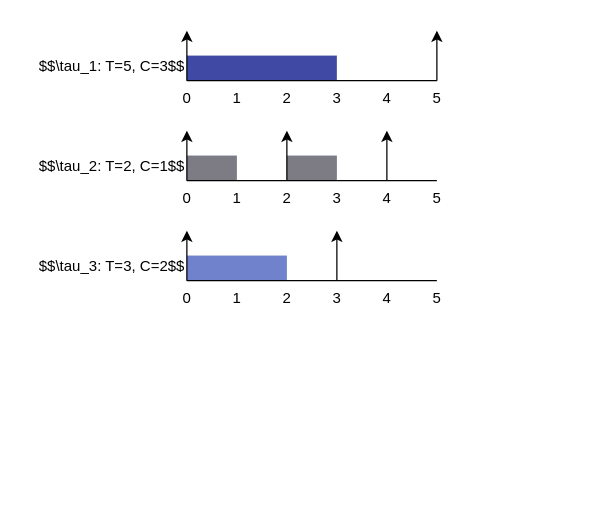
RaduLucianR/sag-py keeps this draw.io diagram as tasks.drawio. Above is the earlier version. Source tidied: cells renumbered, new cells numbered last; positions are measured from the earlier drawing's top-left corner, leaving out a move shared by most shapes. Both pictures are drawn from the tidied source at 125%, with x=0, y=0 at pixel (36, 30).
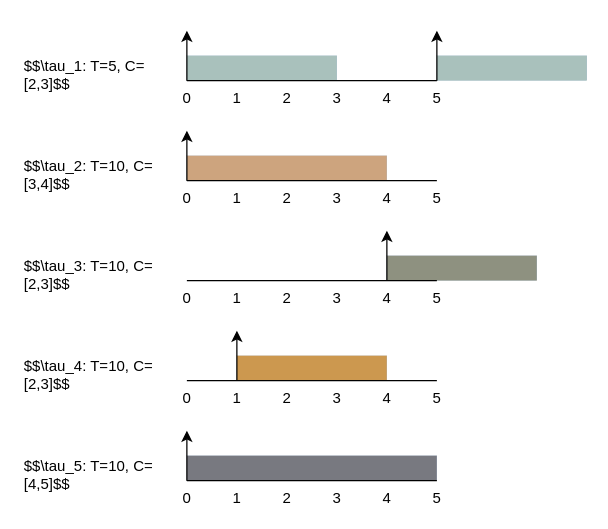
The same diagram, later.

Unchanged cells that the change refers to:
```xml
<mxCell id="3" style="whiteSpace=wrap;rounded=0;fillColor=none;strokeColor=none;dashed=0;inherit=default;html=1;strokeWidth=0;" parent="1" vertex="1">
  <mxGeometry x="120" as="geometry" />
</mxCell>
<mxCell id="6" style="whiteSpace=wrap;rounded=0;fillColor=none;strokeColor=none;dashed=0;inherit=default;html=1;strokeWidth=0;" parent="1" vertex="1">
  <mxGeometry x="320" as="geometry" />
</mxCell>
<mxCell id="20" style="whiteSpace=wrap;rounded=0;fillColor=none;strokeColor=none;dashed=0;inherit=default;html=1;strokeWidth=0;" parent="1" vertex="1">
  <mxGeometry x="120" y="80" as="geometry" />
</mxCell>
<mxCell id="31" style="whiteSpace=wrap;rounded=0;fillColor=none;strokeColor=none;dashed=0;inherit=default;html=1;strokeWidth=0;" parent="1" vertex="1">
  <mxGeometry x="320" y="120" as="geometry" />
</mxCell>
<mxCell id="48" style="whiteSpace=wrap;rounded=0;fillColor=none;strokeColor=none;dashed=0;inherit=default;html=1;strokeWidth=0;" parent="1" vertex="1">
  <mxGeometry x="320" y="200" as="geometry" />
</mxCell>
```

What changed in the source:
```diff
@@
-    <mxCell id="2" style="whiteSpace=wrap;rounded=0;fillColor=#4049a4;strokeColor=#6c8ebf;dashed=0;inherit=default;html=1;strokeWidth=0;" parent="1" vertex="1">
-      <mxGeometry x="120" y="20" width="120" height="20" as="geometry" />
-    </mxCell>
+    <mxCell id="57" style="whiteSpace=wrap;rounded=0;fillColor=#a9c1bc;strokeColor=#6c8ebf;dashed=0;inherit=default;html=1;strokeWidth=0;" parent="1" vertex="1">
+      <mxGeometry x="120" y="20" width="120" height="20" as="geometry" />
+    </mxCell>
@@
-    <mxCell id="4" style="whiteSpace=wrap;rounded=0;fillColor=none;strokeColor=none;dashed=0;inherit=default;html=1;strokeWidth=0;" parent="1" vertex="1">
-      <mxGeometry x="120" y="40" as="geometry" />
-    </mxCell>
-    <mxCell id="5" style="edgeStyle=orthogonalEdgeStyle;rounded=0;jettySize=auto;" parent="1" edge="1" source="4" target="3">
-      <mxGeometry relative="1" as="geometry" />
-    </mxCell>
+    <mxCell id="58" style="whiteSpace=wrap;rounded=0;fillColor=none;strokeColor=none;dashed=0;inherit=default;html=1;strokeWidth=0;" parent="1" vertex="1">
+      <mxGeometry x="120" y="40" as="geometry" />
+    </mxCell>
+    <mxCell id="59" style="edgeStyle=orthogonalEdgeStyle;rounded=0;jettySize=auto;" parent="1" edge="1" source="58" target="3">
+      <mxGeometry relative="1" as="geometry" />
+    </mxCell>
+    <mxCell id="60" style="whiteSpace=wrap;rounded=0;fillColor=#a9c1bc;strokeColor=#6c8ebf;dashed=0;inherit=default;html=1;strokeWidth=0;" parent="1" vertex="1">
+      <mxGeometry x="320" y="20" width="120" height="20" as="geometry" />
+    </mxCell>
@@
-    <mxCell id="7" style="whiteSpace=wrap;rounded=0;fillColor=none;strokeColor=none;dashed=0;inherit=default;html=1;strokeWidth=0;" parent="1" vertex="1">
-      <mxGeometry x="320" y="40" as="geometry" />
-    </mxCell>
-    <mxCell id="8" style="edgeStyle=orthogonalEdgeStyle;rounded=0;jettySize=auto;" parent="1" edge="1" source="7" target="6">
-      <mxGeometry relative="1" as="geometry" />
-    </mxCell>
-    <mxCell id="9" style="whiteSpace=wrap;rounded=0;fillColor=none;strokeColor=none;dashed=0;inherit=default;html=1;strokeWidth=0;" parent="1" vertex="1">
-      <mxGeometry x="120" y="40" as="geometry" />
-    </mxCell>
-    <mxCell id="10" style="whiteSpace=wrap;rounded=0;fillColor=none;strokeColor=none;dashed=0;inherit=default;html=1;strokeWidth=0;" parent="1" vertex="1">
-      <mxGeometry x="320" y="40" as="geometry" />
-    </mxCell>
-    <mxCell id="11" style="edgeStyle=orthogonalEdgeStyle;rounded=0;jettySize=auto;endArrow=none;" parent="1" edge="1" source="10" target="9">
-      <mxGeometry relative="1" as="geometry" />
-    </mxCell>
+    <mxCell id="61" style="whiteSpace=wrap;rounded=0;fillColor=none;strokeColor=none;dashed=0;inherit=default;html=1;strokeWidth=0;" parent="1" vertex="1">
+      <mxGeometry x="320" y="40" as="geometry" />
+    </mxCell>
+    <mxCell id="62" style="edgeStyle=orthogonalEdgeStyle;rounded=0;jettySize=auto;" parent="1" edge="1" source="61" target="6">
+      <mxGeometry relative="1" as="geometry" />
+    </mxCell>
+    <mxCell id="63" style="whiteSpace=wrap;rounded=0;fillColor=none;strokeColor=none;dashed=0;inherit=default;html=1;strokeWidth=0;" parent="1" vertex="1">
+      <mxGeometry x="120" y="40" as="geometry" />
+    </mxCell>
+    <mxCell id="64" style="whiteSpace=wrap;rounded=0;fillColor=none;strokeColor=none;dashed=0;inherit=default;html=1;strokeWidth=0;" parent="1" vertex="1">
+      <mxGeometry x="320" y="40" as="geometry" />
+    </mxCell>
+    <mxCell id="65" style="edgeStyle=orthogonalEdgeStyle;rounded=0;jettySize=auto;endArrow=none;" parent="1" edge="1" source="64" target="63">
+      <mxGeometry relative="1" as="geometry" />
+    </mxCell>
@@
-    <mxCell id="18" value="$$\tau_1: T=5, C=3$$" style="text;whiteSpace=wrap;rounded=0;dashed=0;inherit=default;" parent="1" vertex="1">
-      <mxGeometry y="15" width="120" height="40" as="geometry" />
-    </mxCell>
-    <mxCell id="19" style="whiteSpace=wrap;rounded=0;fillColor=#7d7c84;strokeColor=#6c8ebf;dashed=0;inherit=default;html=1;strokeWidth=0;" parent="1" vertex="1">
-      <mxGeometry x="120" y="100" width="40" height="20" as="geometry" />
-    </mxCell>
+    <mxCell id="66" value="$$\tau_1: T=5, C=[2,3]$$" style="text;whiteSpace=wrap;rounded=0;dashed=0;inherit=default;" parent="1" vertex="1">
+      <mxGeometry x="-12" y="15" width="120" height="40" as="geometry" />
+    </mxCell>
+    <mxCell id="67" style="whiteSpace=wrap;rounded=0;fillColor=#cda47e;strokeColor=#6c8ebf;dashed=0;inherit=default;html=1;strokeWidth=0;" parent="1" vertex="1">
+      <mxGeometry x="120" y="100" width="160" height="20" as="geometry" />
+    </mxCell>
@@
-    <mxCell id="21" style="whiteSpace=wrap;rounded=0;fillColor=none;strokeColor=none;dashed=0;inherit=default;html=1;strokeWidth=0;" parent="1" vertex="1">
-      <mxGeometry x="120" y="120" as="geometry" />
-    </mxCell>
-    <mxCell id="22" style="edgeStyle=orthogonalEdgeStyle;rounded=0;jettySize=auto;" parent="1" edge="1" source="21" target="20">
-      <mxGeometry relative="1" as="geometry" />
-    </mxCell>
-    <mxCell id="23" style="whiteSpace=wrap;rounded=0;fillColor=#7d7c84;strokeColor=#6c8ebf;dashed=0;inherit=default;html=1;strokeWidth=0;" parent="1" vertex="1">
-      <mxGeometry x="200" y="100" width="40" height="20" as="geometry" />
-    </mxCell>
-    <mxCell id="24" style="whiteSpace=wrap;rounded=0;fillColor=none;strokeColor=none;dashed=0;inherit=default;html=1;strokeWidth=0;" parent="1" vertex="1">
-      <mxGeometry x="200" y="80" as="geometry" />
-    </mxCell>
-    <mxCell id="25" style="whiteSpace=wrap;rounded=0;fillColor=none;strokeColor=none;dashed=0;inherit=default;html=1;strokeWidth=0;" parent="1" vertex="1">
-      <mxGeometry x="200" y="120" as="geometry" />
-    </mxCell>
-    <mxCell id="26" style="edgeStyle=orthogonalEdgeStyle;rounded=0;jettySize=auto;" parent="1" edge="1" source="25" target="24">
-      <mxGeometry relative="1" as="geometry" />
-    </mxCell>
-    <mxCell id="27" style="whiteSpace=wrap;rounded=0;fillColor=none;strokeColor=none;dashed=0;inherit=default;html=1;strokeWidth=0;" parent="1" vertex="1">
-      <mxGeometry x="280" y="80" as="geometry" />
-    </mxCell>
-    <mxCell id="28" style="whiteSpace=wrap;rounded=0;fillColor=none;strokeColor=none;dashed=0;inherit=default;html=1;strokeWidth=0;" parent="1" vertex="1">
-      <mxGeometry x="280" y="120" as="geometry" />
-    </mxCell>
-    <mxCell id="29" style="edgeStyle=orthogonalEdgeStyle;rounded=0;jettySize=auto;" parent="1" edge="1" source="28" target="27">
-      <mxGeometry relative="1" as="geometry" />
-    </mxCell>
-    <mxCell id="30" style="whiteSpace=wrap;rounded=0;fillColor=none;strokeColor=none;dashed=0;inherit=default;html=1;strokeWidth=0;" parent="1" vertex="1">
-      <mxGeometry x="120" y="120" as="geometry" />
-    </mxCell>
+    <mxCell id="68" style="whiteSpace=wrap;rounded=0;fillColor=none;strokeColor=none;dashed=0;inherit=default;html=1;strokeWidth=0;" parent="1" vertex="1">
+      <mxGeometry x="120" y="120" as="geometry" />
+    </mxCell>
+    <mxCell id="69" style="edgeStyle=orthogonalEdgeStyle;rounded=0;jettySize=auto;" parent="1" edge="1" source="68" target="20">
+      <mxGeometry relative="1" as="geometry" />
+    </mxCell>
+    <mxCell id="70" style="whiteSpace=wrap;rounded=0;fillColor=none;strokeColor=none;dashed=0;inherit=default;html=1;strokeWidth=0;" parent="1" vertex="1">
+      <mxGeometry x="120" y="120" as="geometry" />
+    </mxCell>
@@
-    <mxCell id="32" style="edgeStyle=orthogonalEdgeStyle;rounded=0;jettySize=auto;endArrow=none;" parent="1" edge="1" source="31" target="30">
-      <mxGeometry relative="1" as="geometry" />
-    </mxCell>
+    <mxCell id="71" style="edgeStyle=orthogonalEdgeStyle;rounded=0;jettySize=auto;endArrow=none;" parent="1" edge="1" source="31" target="70">
+      <mxGeometry relative="1" as="geometry" />
+    </mxCell>
@@
-    <mxCell id="39" value="$$\tau_2: T=2, C=1$$" style="text;whiteSpace=wrap;rounded=0;dashed=0;inherit=default;" parent="1" vertex="1">
-      <mxGeometry y="95" width="120" height="40" as="geometry" />
-    </mxCell>
-    <mxCell id="40" style="whiteSpace=wrap;rounded=0;fillColor=#6f82cb;strokeColor=#6c8ebf;dashed=0;inherit=default;html=1;strokeWidth=0;" parent="1" vertex="1">
-      <mxGeometry x="120" y="180" width="80" height="20" as="geometry" />
-    </mxCell>
-    <mxCell id="41" style="whiteSpace=wrap;rounded=0;fillColor=none;strokeColor=none;dashed=0;inherit=default;html=1;strokeWidth=0;" parent="1" vertex="1">
-      <mxGeometry x="120" y="160" as="geometry" />
-    </mxCell>
-    <mxCell id="42" style="whiteSpace=wrap;rounded=0;fillColor=none;strokeColor=none;dashed=0;inherit=default;html=1;strokeWidth=0;" parent="1" vertex="1">
-      <mxGeometry x="120" y="200" as="geometry" />
-    </mxCell>
-    <mxCell id="43" style="edgeStyle=orthogonalEdgeStyle;rounded=0;jettySize=auto;" parent="1" edge="1" source="42" target="41">
-      <mxGeometry relative="1" as="geometry" />
-    </mxCell>
-    <mxCell id="44" style="whiteSpace=wrap;rounded=0;fillColor=none;strokeColor=none;dashed=0;inherit=default;html=1;strokeWidth=0;" parent="1" vertex="1">
-      <mxGeometry x="240" y="160" as="geometry" />
-    </mxCell>
-    <mxCell id="45" style="whiteSpace=wrap;rounded=0;fillColor=none;strokeColor=none;dashed=0;inherit=default;html=1;strokeWidth=0;" parent="1" vertex="1">
-      <mxGeometry x="240" y="200" as="geometry" />
-    </mxCell>
-    <mxCell id="46" style="edgeStyle=orthogonalEdgeStyle;rounded=0;jettySize=auto;" parent="1" edge="1" source="45" target="44">
-      <mxGeometry relative="1" as="geometry" />
-    </mxCell>
-    <mxCell id="47" style="whiteSpace=wrap;rounded=0;fillColor=none;strokeColor=none;dashed=0;inherit=default;html=1;strokeWidth=0;" parent="1" vertex="1">
-      <mxGeometry x="120" y="200" as="geometry" />
-    </mxCell>
+    <mxCell id="72" value="$$\tau_2: T=10, C=[3,4]$$" style="text;whiteSpace=wrap;rounded=0;dashed=0;inherit=default;" parent="1" vertex="1">
+      <mxGeometry x="-12" y="95" width="120" height="40" as="geometry" />
+    </mxCell>
+    <mxCell id="73" style="whiteSpace=wrap;rounded=0;fillColor=#8e9180;strokeColor=#6c8ebf;dashed=0;inherit=default;html=1;strokeWidth=0;" parent="1" vertex="1">
+      <mxGeometry x="280" y="180" width="120" height="20" as="geometry" />
+    </mxCell>
+    <mxCell id="74" style="whiteSpace=wrap;rounded=0;fillColor=none;strokeColor=none;dashed=0;inherit=default;html=1;strokeWidth=0;" parent="1" vertex="1">
+      <mxGeometry x="280" y="160" as="geometry" />
+    </mxCell>
+    <mxCell id="75" style="whiteSpace=wrap;rounded=0;fillColor=none;strokeColor=none;dashed=0;inherit=default;html=1;strokeWidth=0;" parent="1" vertex="1">
+      <mxGeometry x="280" y="200" as="geometry" />
+    </mxCell>
+    <mxCell id="76" style="edgeStyle=orthogonalEdgeStyle;rounded=0;jettySize=auto;" parent="1" edge="1" source="75" target="74">
+      <mxGeometry relative="1" as="geometry" />
+    </mxCell>
+    <mxCell id="77" style="whiteSpace=wrap;rounded=0;fillColor=none;strokeColor=none;dashed=0;inherit=default;html=1;strokeWidth=0;" parent="1" vertex="1">
+      <mxGeometry x="120" y="200" as="geometry" />
+    </mxCell>
@@
-    <mxCell id="49" style="edgeStyle=orthogonalEdgeStyle;rounded=0;jettySize=auto;endArrow=none;" parent="1" edge="1" source="48" target="47">
-      <mxGeometry relative="1" as="geometry" />
-    </mxCell>
+    <mxCell id="78" style="edgeStyle=orthogonalEdgeStyle;rounded=0;jettySize=auto;endArrow=none;" parent="1" edge="1" source="48" target="77">
+      <mxGeometry relative="1" as="geometry" />
+    </mxCell>
@@
-    <mxCell id="56" value="$$\tau_3: T=3, C=2$$" style="text;whiteSpace=wrap;rounded=0;dashed=0;inherit=default;" parent="1" vertex="1">
-      <mxGeometry y="175" width="120" height="40" as="geometry" />
-    </mxCell>
+    <mxCell id="79" value="$$\tau_3: T=10, C=[2,3]$$" style="text;whiteSpace=wrap;rounded=0;dashed=0;inherit=default;" parent="1" vertex="1">
+      <mxGeometry x="-12" y="175" width="120" height="40" as="geometry" />
+    </mxCell>
+    <mxCell id="80" style="whiteSpace=wrap;rounded=0;fillColor=#cc984f;strokeColor=#6c8ebf;dashed=0;inherit=default;html=1;strokeWidth=0;" parent="1" vertex="1">
+      <mxGeometry x="160" y="260" width="120" height="20" as="geometry" />
+    </mxCell>
+    <mxCell id="81" style="whiteSpace=wrap;rounded=0;fillColor=none;strokeColor=none;dashed=0;inherit=default;html=1;strokeWidth=0;" parent="1" vertex="1">
+      <mxGeometry x="160" y="240" as="geometry" />
+    </mxCell>
+    <mxCell id="82" style="whiteSpace=wrap;rounded=0;fillColor=none;strokeColor=none;dashed=0;inherit=default;html=1;strokeWidth=0;" parent="1" vertex="1">
+      <mxGeometry x="160" y="280" as="geometry" />
+    </mxCell>
+    <mxCell id="83" style="edgeStyle=orthogonalEdgeStyle;rounded=0;jettySize=auto;" parent="1" edge="1" source="82" target="81">
+      <mxGeometry relative="1" as="geometry" />
+    </mxCell>
+    <mxCell id="84" style="whiteSpace=wrap;rounded=0;fillColor=none;strokeColor=none;dashed=0;inherit=default;html=1;strokeWidth=0;" parent="1" vertex="1">
+      <mxGeometry x="120" y="280" as="geometry" />
+    </mxCell>
+    <mxCell id="85" style="whiteSpace=wrap;rounded=0;fillColor=none;strokeColor=none;dashed=0;inherit=default;html=1;strokeWidth=0;" parent="1" vertex="1">
+      <mxGeometry x="320" y="280" as="geometry" />
+    </mxCell>
+    <mxCell id="86" style="edgeStyle=orthogonalEdgeStyle;rounded=0;jettySize=auto;endArrow=none;" parent="1" edge="1" source="85" target="84">
+      <mxGeometry relative="1" as="geometry" />
+    </mxCell>
+    <mxCell id="87" value="0" style="text;whiteSpace=wrap;rounded=0;dashed=0;inherit=default;" parent="1" vertex="1">
+      <mxGeometry x="115" y="280" as="geometry" />
+    </mxCell>
+    <mxCell id="88" value="1" style="text;whiteSpace=wrap;rounded=0;dashed=0;inherit=default;" parent="1" vertex="1">
+      <mxGeometry x="155" y="280" as="geometry" />
+    </mxCell>
+    <mxCell id="89" value="2" style="text;whiteSpace=wrap;rounded=0;dashed=0;inherit=default;" parent="1" vertex="1">
+      <mxGeometry x="195" y="280" as="geometry" />
+    </mxCell>
+    <mxCell id="90" value="3" style="text;whiteSpace=wrap;rounded=0;dashed=0;inherit=default;" parent="1" vertex="1">
+      <mxGeometry x="235" y="280" as="geometry" />
+    </mxCell>
+    <mxCell id="91" value="4" style="text;whiteSpace=wrap;rounded=0;dashed=0;inherit=default;" parent="1" vertex="1">
+      <mxGeometry x="275" y="280" as="geometry" />
+    </mxCell>
+    <mxCell id="92" value="5" style="text;whiteSpace=wrap;rounded=0;dashed=0;inherit=default;" parent="1" vertex="1">
+      <mxGeometry x="315" y="280" as="geometry" />
+    </mxCell>
+    <mxCell id="93" value="$$\tau_4: T=10, C=[2,3]$$" style="text;whiteSpace=wrap;rounded=0;dashed=0;inherit=default;" parent="1" vertex="1">
+      <mxGeometry x="-12" y="255" width="120" height="40" as="geometry" />
+    </mxCell>
+    <mxCell id="94" style="whiteSpace=wrap;rounded=0;fillColor=#787980;strokeColor=#6c8ebf;dashed=0;inherit=default;html=1;strokeWidth=0;" parent="1" vertex="1">
+      <mxGeometry x="120" y="340" width="200" height="20" as="geometry" />
+    </mxCell>
+    <mxCell id="95" style="whiteSpace=wrap;rounded=0;fillColor=none;strokeColor=none;dashed=0;inherit=default;html=1;strokeWidth=0;" parent="1" vertex="1">
+      <mxGeometry x="120" y="320" as="geometry" />
+    </mxCell>
+    <mxCell id="96" style="whiteSpace=wrap;rounded=0;fillColor=none;strokeColor=none;dashed=0;inherit=default;html=1;strokeWidth=0;" parent="1" vertex="1">
+      <mxGeometry x="120" y="360" as="geometry" />
+    </mxCell>
+    <mxCell id="97" style="edgeStyle=orthogonalEdgeStyle;rounded=0;jettySize=auto;" parent="1" edge="1" source="96" target="95">
+      <mxGeometry relative="1" as="geometry" />
+    </mxCell>
+    <mxCell id="98" style="whiteSpace=wrap;rounded=0;fillColor=none;strokeColor=none;dashed=0;inherit=default;html=1;strokeWidth=0;" parent="1" vertex="1">
+      <mxGeometry x="120" y="360" as="geometry" />
+    </mxCell>
+    <mxCell id="99" style="whiteSpace=wrap;rounded=0;fillColor=none;strokeColor=none;dashed=0;inherit=default;html=1;strokeWidth=0;" parent="1" vertex="1">
+      <mxGeometry x="320" y="360" as="geometry" />
+    </mxCell>
+    <mxCell id="100" style="edgeStyle=orthogonalEdgeStyle;rounded=0;jettySize=auto;endArrow=none;" parent="1" edge="1" source="99" target="98">
+      <mxGeometry relative="1" as="geometry" />
+    </mxCell>
+    <mxCell id="101" value="0" style="text;whiteSpace=wrap;rounded=0;dashed=0;inherit=default;" parent="1" vertex="1">
+      <mxGeometry x="115" y="360" as="geometry" />
+    </mxCell>
+    <mxCell id="102" value="1" style="text;whiteSpace=wrap;rounded=0;dashed=0;inherit=default;" parent="1" vertex="1">
+      <mxGeometry x="155" y="360" as="geometry" />
+    </mxCell>
+    <mxCell id="103" value="2" style="text;whiteSpace=wrap;rounded=0;dashed=0;inherit=default;" parent="1" vertex="1">
+      <mxGeometry x="195" y="360" as="geometry" />
+    </mxCell>
+    <mxCell id="104" value="3" style="text;whiteSpace=wrap;rounded=0;dashed=0;inherit=default;" parent="1" vertex="1">
+      <mxGeometry x="235" y="360" as="geometry" />
+    </mxCell>
+    <mxCell id="105" value="4" style="text;whiteSpace=wrap;rounded=0;dashed=0;inherit=default;" parent="1" vertex="1">
+      <mxGeometry x="275" y="360" as="geometry" />
+    </mxCell>
+    <mxCell id="106" value="5" style="text;whiteSpace=wrap;rounded=0;dashed=0;inherit=default;" parent="1" vertex="1">
+      <mxGeometry x="315" y="360" as="geometry" />
+    </mxCell>
+    <mxCell id="107" value="$$\tau_5: T=10, C=[4,5]$$" style="text;whiteSpace=wrap;rounded=0;dashed=0;inherit=default;" parent="1" vertex="1">
+      <mxGeometry x="-12" y="335" width="120" height="40" as="geometry" />
+    </mxCell>
```
